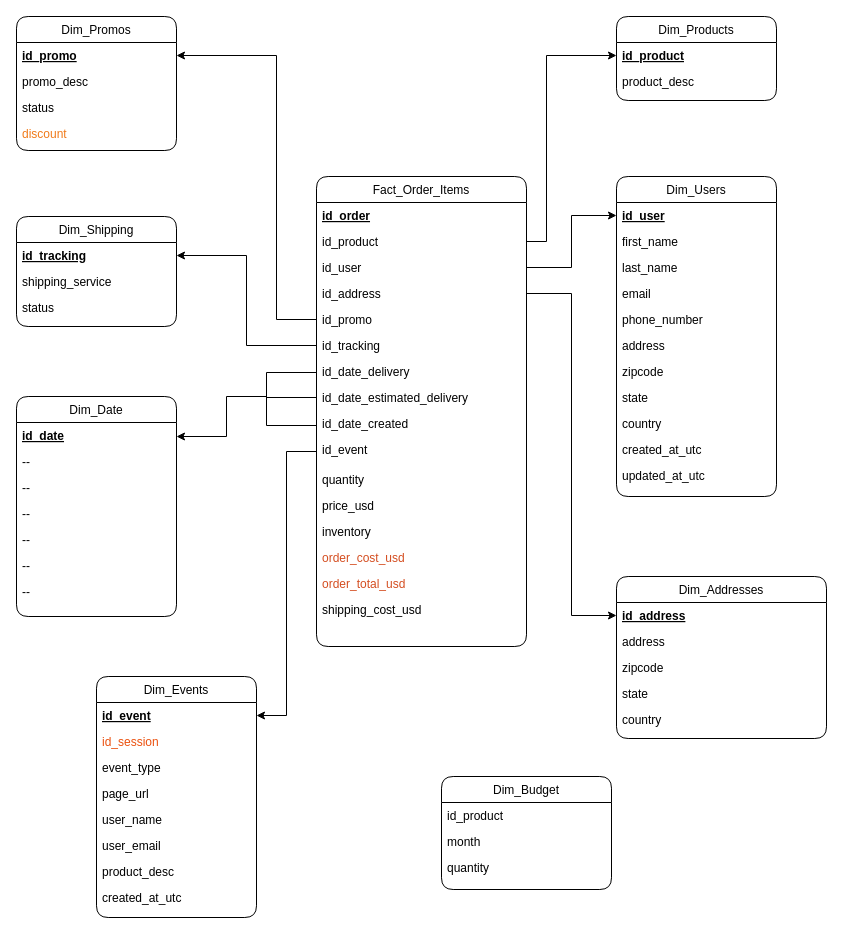
Earlier version of the draw.io diagram Diagrama sin título.drawio (julia030798/curso_data_engineering). Source tidied: cells renumbered, new cells numbered last; positions are measured from the earlier drawing's top-left corner, leaving out a move shared by most shapes. Both pictures are drawn from the tidied source at 100%, with x=0, y=0 at pixel (16, 16).
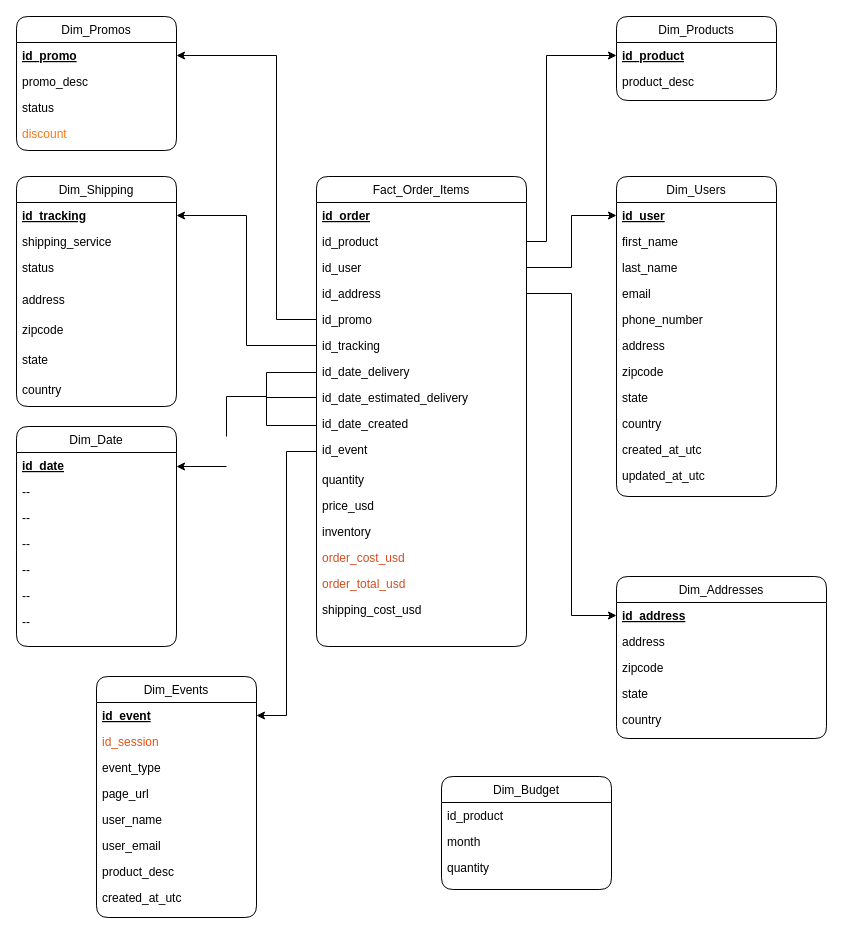
Above is the later version.

The edit, as a diff of the source:
```diff
@@
     <mxCell id="22" value="Dim_Shipping" style="swimlane;fontStyle=0;align=center;verticalAlign=top;horizontal=1;startSize=26;rounded=1;shadow=0;strokeWidth=1;" parent="1" vertex="1">
-      <mxGeometry y="200" width="160" height="110" as="geometry" />
+      <mxGeometry y="160" width="160" height="230" as="geometry" />
     </mxCell>
@@
     <mxCell id="25" value="status" style="text;align=left;verticalAlign=top;spacingLeft=4;spacingRight=4;overflow=hidden;rounded=0;shadow=0;html=0;" parent="22" vertex="1">
-      <mxGeometry y="78" width="160" height="26" as="geometry" />
+      <mxGeometry y="78" width="160" height="32" as="geometry" />
     </mxCell>
+    <mxCell id="84" value="address" style="text;align=left;verticalAlign=top;spacingLeft=4;spacingRight=4;overflow=hidden;rounded=0;shadow=0;html=0;" parent="22" vertex="1">
+      <mxGeometry y="110" width="160" height="30" as="geometry" />
+    </mxCell>
+    <mxCell id="85" value="zipcode" style="text;align=left;verticalAlign=top;spacingLeft=4;spacingRight=4;overflow=hidden;rounded=0;shadow=0;html=0;" parent="22" vertex="1">
+      <mxGeometry y="140" width="160" height="30" as="geometry" />
+    </mxCell>
+    <mxCell id="86" value="state" style="text;align=left;verticalAlign=top;spacingLeft=4;spacingRight=4;overflow=hidden;rounded=0;shadow=0;html=0;" parent="22" vertex="1">
+      <mxGeometry y="170" width="160" height="30" as="geometry" />
+    </mxCell>
+    <mxCell id="87" value="country" style="text;align=left;verticalAlign=top;spacingLeft=4;spacingRight=4;overflow=hidden;rounded=0;shadow=0;html=0;" parent="22" vertex="1">
+      <mxGeometry y="200" width="160" height="18" as="geometry" />
+    </mxCell>
@@
     <mxCell id="32" value="Dim_Date" style="swimlane;fontStyle=0;align=center;verticalAlign=top;horizontal=1;startSize=26;rounded=1;shadow=0;strokeWidth=1;" parent="1" vertex="1">
-      <mxGeometry y="380" width="160" height="220" as="geometry" />
+      <mxGeometry y="410" width="160" height="220" as="geometry" />
     </mxCell>
@@
     <mxCell id="67" style="endArrow=classic;html=1;rounded=0;" parent="1" edge="1">
       <mxGeometry relative="1" as="geometry">
-        <mxPoint x="210" y="420" as="sourcePoint" />
-        <mxPoint x="160" y="420" as="targetPoint" />
+        <mxPoint x="210" y="450" as="sourcePoint" />
+        <mxPoint x="160" y="450" as="targetPoint" />
       </mxGeometry>
     </mxCell>
```
